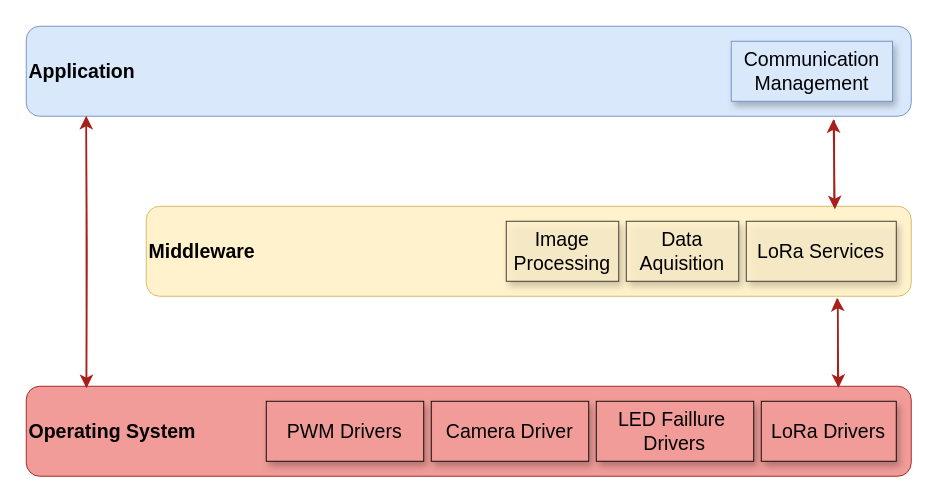
This is page "local_sw_arch" (6 of 8) of project/report/flowcharts/system_overview.drawio from ESRGgroup9/slipad, a draw.io file, before an edit. Source tidied: cells renumbered, new cells numbered last; positions are measured from the earlier drawing's top-left corner, leaving out a move shared by most shapes. Both pictures are drawn from the tidied source at 150%, with x=0, y=0 at pixel (26, 26).
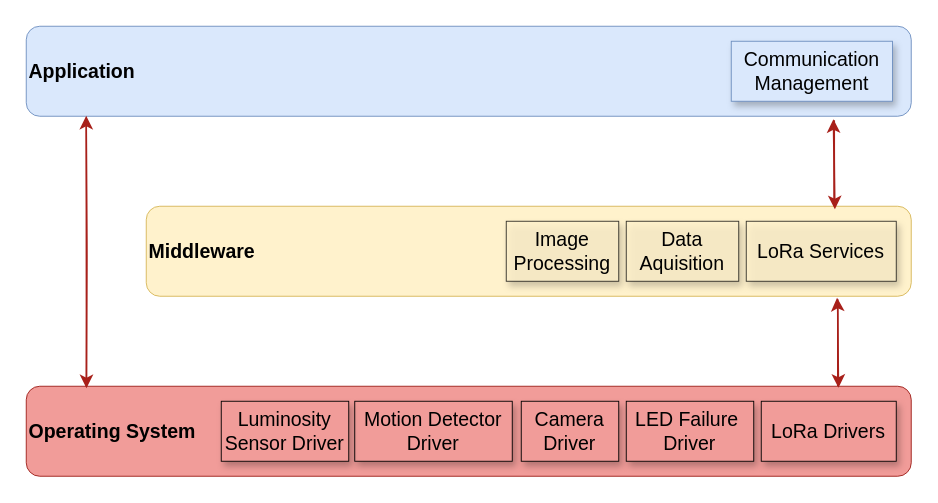
The same diagram, later.

Diff of the diagram source:
```diff
@@
-    <mxCell id="10" value="LED Faillure&amp;nbsp; Drivers" style="rounded=0;whiteSpace=wrap;html=1;labelBackgroundColor=none;labelBorderColor=none;fontSize=13;fontColor=default;strokeColor=default;strokeWidth=0.6;fillColor=#F19C99;align=center;verticalAlign=middle;shadow=1;" parent="1" vertex="1">
-      <mxGeometry x="380" y="250" width="105" height="40" as="geometry" />
+    <mxCell id="10" value="LED Failure&amp;nbsp; Driver" style="rounded=0;whiteSpace=wrap;html=1;labelBackgroundColor=none;labelBorderColor=none;fontSize=13;fontColor=default;strokeColor=default;strokeWidth=0.6;fillColor=#F19C99;align=center;verticalAlign=middle;shadow=1;" parent="1" vertex="1">
+      <mxGeometry x="400" y="250" width="85" height="40" as="geometry" />
     </mxCell>
     <mxCell id="11" value="Camera Driver" style="rounded=0;whiteSpace=wrap;html=1;labelBackgroundColor=none;labelBorderColor=none;fontSize=13;fontColor=default;strokeColor=default;strokeWidth=0.6;fillColor=#F19C99;align=center;verticalAlign=middle;shadow=1;" parent="1" vertex="1">
-      <mxGeometry x="270" y="250" width="105" height="40" as="geometry" />
+      <mxGeometry x="330" y="250" width="65" height="40" as="geometry" />
     </mxCell>
-    <mxCell id="12" value="PWM Drivers" style="rounded=0;whiteSpace=wrap;html=1;labelBackgroundColor=none;labelBorderColor=none;fontSize=13;fontColor=default;strokeColor=default;strokeWidth=0.6;fillColor=#F19C99;align=center;verticalAlign=middle;shadow=1;" parent="1" vertex="1">
-      <mxGeometry x="160" y="250" width="105" height="40" as="geometry" />
+    <mxCell id="12" value="Motion Detector Driver" style="rounded=0;whiteSpace=wrap;html=1;labelBackgroundColor=none;labelBorderColor=none;fontSize=13;fontColor=default;strokeColor=default;strokeWidth=0.6;fillColor=#F19C99;align=center;verticalAlign=middle;shadow=1;" parent="1" vertex="1">
+      <mxGeometry x="219" y="250" width="105" height="40" as="geometry" />
     </mxCell>
@@
+    <mxCell id="19" value="Luminosity Sensor Driver" style="rounded=0;whiteSpace=wrap;html=1;labelBackgroundColor=none;labelBorderColor=none;fontSize=13;fontColor=default;strokeColor=default;strokeWidth=0.6;fillColor=#F19C99;align=center;verticalAlign=middle;shadow=1;" parent="1" vertex="1">
+      <mxGeometry x="130" y="250" width="85" height="40" as="geometry" />
+    </mxCell>
```
